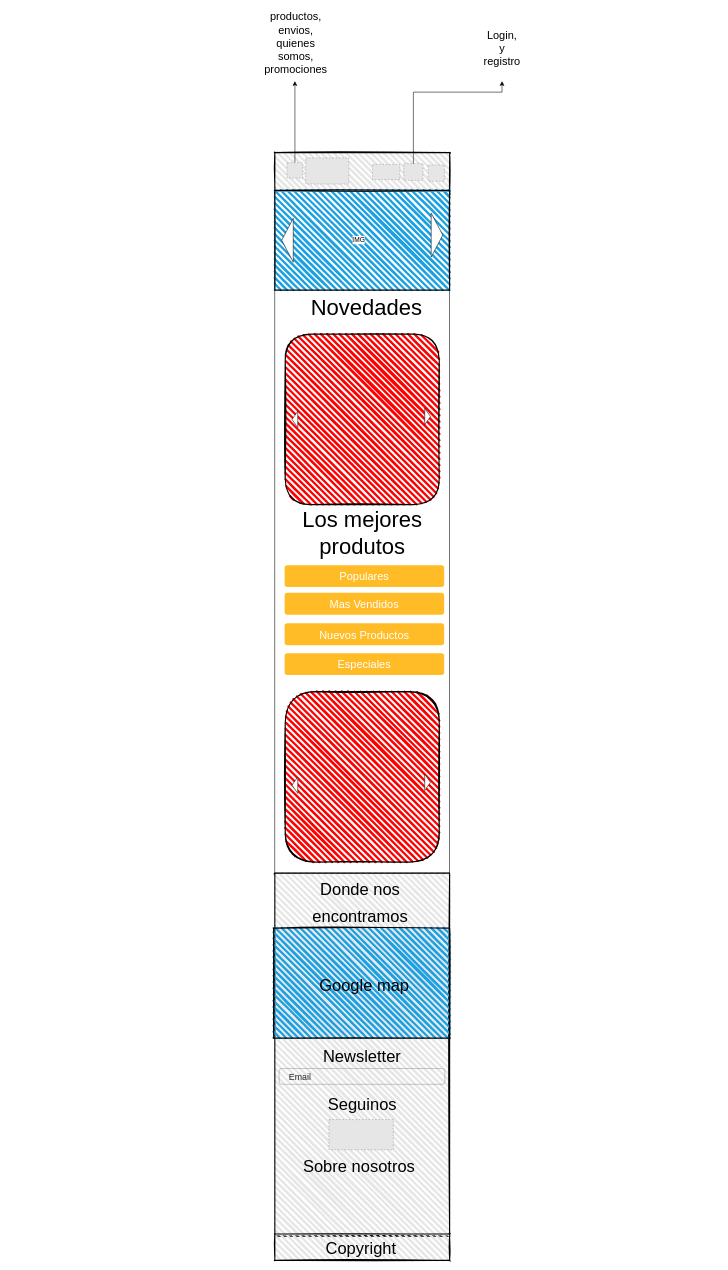
Before: page "Page-2" (2 of 3) of Bocetos/Bocetos-de-Home/Home-320.drawio in Evaristodantur/BierClub, a draw.io diagram. Source tidied: cells renumbered, new cells numbered last; positions are measured from the earlier drawing's top-left corner, leaving out a move shared by most shapes. Both pictures are drawn from the tidied source at 55%, with x=0, y=0 at pixel (9, 37). Pictures stored in the file or linked from it are replaced by grey dashed boxes.
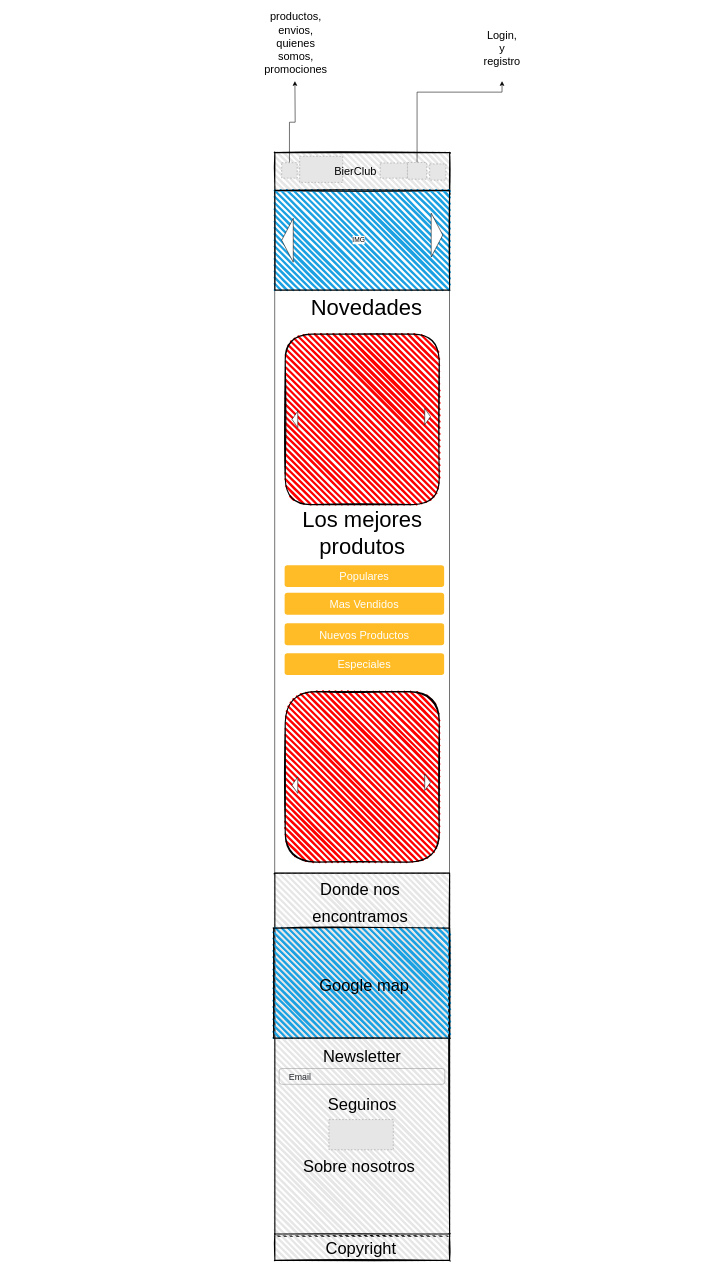
The same page after the edit.

Diff of the diagram source:
```diff
@@
-    <mxCell id="8" style="fillColor=#E6E6E6;strokeColor=#999999;dashed=1;verticalLabelPosition=bottom;labelBackgroundColor=#ffffff;verticalAlign=top;" parent="1" vertex="1">
-      <mxGeometry x="761" y="232.6" width="29.5" height="29.5" as="geometry" />
-    </mxCell>
-    <mxCell id="9" style="fillColor=#E6E6E6;strokeColor=#999999;dashed=1;verticalLabelPosition=bottom;labelBackgroundColor=#ffffff;verticalAlign=top;" parent="1" vertex="1">
-      <mxGeometry x="538.4" y="219.6" width="78.2" height="47.5" as="geometry" />
-    </mxCell>
@@
-    <mxCell id="19" style="fillColor=#E6E6E6;strokeColor=#999999;dashed=1;verticalLabelPosition=bottom;labelBackgroundColor=#ffffff;verticalAlign=top;" parent="1" vertex="1">
-      <mxGeometry x="716.6" y="230" width="35" height="30.4" as="geometry" />
-    </mxCell>
-    <mxCell id="20" style="edgeStyle=orthogonalEdgeStyle;rounded=0;jettySize=auto;html=1;" parent="1" edge="1" source="21">
+    <mxCell id="20" style="edgeStyle=orthogonalEdgeStyle;rounded=0;jettySize=auto;html=1;exitX=0.5;exitY=0;exitDx=0;exitDy=0;" parent="1" edge="1" source="45">
       <mxGeometry relative="1" as="geometry">
         <mxPoint x="518.7" y="80" as="targetPoint" />
       </mxGeometry>
     </mxCell>
-    <mxCell id="21" style="fillColor=#E6E6E6;strokeColor=#999999;dashed=1;verticalLabelPosition=bottom;labelBackgroundColor=#ffffff;verticalAlign=top;" parent="1" vertex="1">
-      <mxGeometry x="504.6" y="228.3" width="28.1" height="28.1" as="geometry" />
-    </mxCell>
-    <mxCell id="22" style="edgeStyle=orthogonalEdgeStyle;rounded=0;jettySize=auto;html=1;" parent="1" edge="1" source="19">
+    <mxCell id="22" style="edgeStyle=orthogonalEdgeStyle;rounded=0;jettySize=auto;html=1;exitX=0.5;exitY=0;exitDx=0;exitDy=0;" parent="1" edge="1" source="44">
       <mxGeometry relative="1" as="geometry">
         <mxPoint x="895.3" y="80" as="targetPoint" />
         <Array as="points">
-          <mxPoint x="895.3" y="100" />
+          <mxPoint x="741" y="100" />
+          <mxPoint x="895" y="100" />
         </Array>
       </mxGeometry>
     </mxCell>
@@
-    <mxCell id="25" style="fillColor=#E6E6E6;strokeColor=#999999;dashed=1;verticalLabelPosition=bottom;labelBackgroundColor=#ffffff;verticalAlign=top;" parent="1" vertex="1">
-      <mxGeometry x="659.8" y="231.4" width="49.7" height="27.6" as="geometry" />
-    </mxCell>
@@
+    <mxCell id="42" style="fillColor=#E6E6E6;strokeColor=#999999;dashed=1;verticalLabelPosition=bottom;labelBackgroundColor=#ffffff;verticalAlign=top;" parent="1" vertex="1">
+      <mxGeometry x="763.7" y="230.5" width="29.5" height="29.5" as="geometry" />
+    </mxCell>
+    <mxCell id="43" style="fillColor=#E6E6E6;strokeColor=#999999;dashed=1;verticalLabelPosition=bottom;labelBackgroundColor=#ffffff;verticalAlign=top;" parent="1" vertex="1">
+      <mxGeometry x="673.7" y="228.8" width="49.7" height="27.6" as="geometry" />
+    </mxCell>
+    <mxCell id="44" style="fillColor=#E6E6E6;strokeColor=#999999;dashed=1;verticalLabelPosition=bottom;labelBackgroundColor=#ffffff;verticalAlign=top;" parent="1" vertex="1">
+      <mxGeometry x="723.3" y="227.9" width="35" height="30.4" as="geometry" />
+    </mxCell>
+    <mxCell id="45" style="fillColor=#E6E6E6;strokeColor=#999999;dashed=1;verticalLabelPosition=bottom;labelBackgroundColor=#ffffff;verticalAlign=top;" parent="1" vertex="1">
+      <mxGeometry x="494.7" y="228.3" width="28.1" height="28.1" as="geometry" />
+    </mxCell>
+    <mxCell id="46" style="fillColor=#E6E6E6;strokeColor=#999999;dashed=1;verticalLabelPosition=bottom;labelBackgroundColor=#ffffff;verticalAlign=top;" parent="1" vertex="1">
+      <mxGeometry x="527.4" y="216.6" width="78.2" height="47.5" as="geometry" />
+    </mxCell>
+    <mxCell id="47" value="&lt;font style=&quot;font-size: 20px&quot;&gt;BierClub&lt;/font&gt;" style="text;html=1;strokeColor=none;fillColor=none;align=center;verticalAlign=middle;whiteSpace=wrap;rounded=0;fontSize=40;" parent="1" vertex="1">
+      <mxGeometry x="540" y="226.3" width="177.9" height="19.9" as="geometry" />
+    </mxCell>
```
